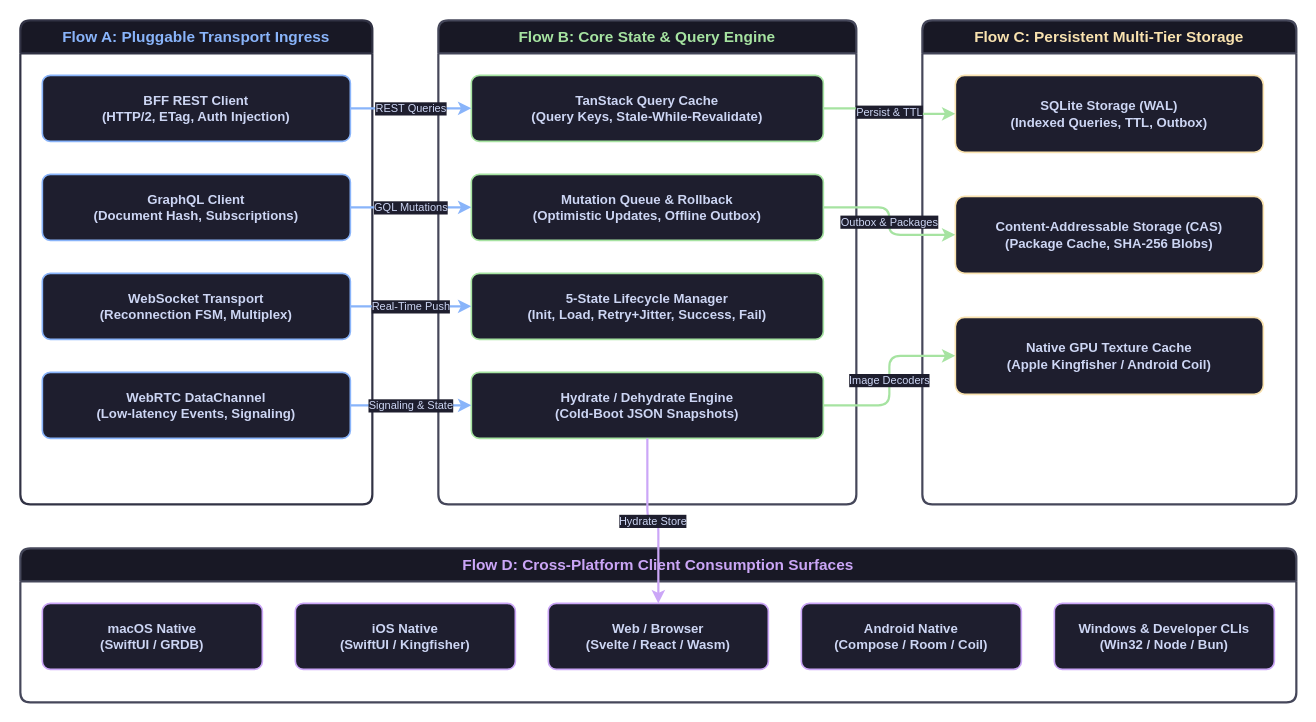
Earlier version of the draw.io diagram docs/superpowers/specs/diagrams/unified-state-architecture.drawio (montionugera/cli-state-handler). Source tidied: cells renumbered, new cells numbered last; positions are measured from the earlier drawing's top-left corner, leaving out a move shared by most shapes. Both pictures are drawn from the tidied source at 110%, with x=0, y=0 at pixel (20, 20).
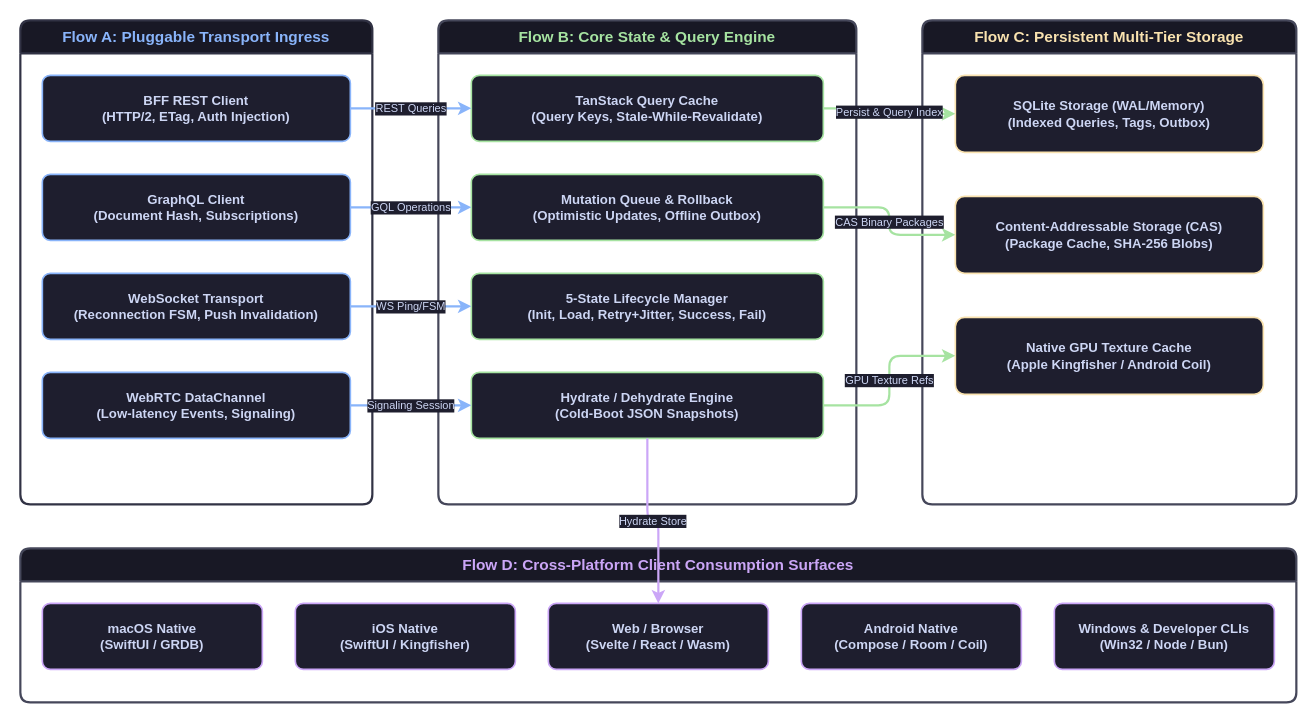
After the change.

The change refers to these unchanged cells:
```xml
<mxCell id="2" value="Flow A: Pluggable Transport Ingress" style="swimlane;whiteSpace=wrap;html=1;horizontal=1;startSize=30;rounded=1;arcSize=10;fillColor=#181825;strokeColor=#313244;strokeWidth=2;fontColor=#89b4fa;fontSize=14;fontStyle=1;" parent="1" vertex="1">
  <mxGeometry width="320" height="440" as="geometry" />
</mxCell>
<mxCell id="4" value="GraphQL Client&#10;(Document Hash, Subscriptions)" style="rounded=1;whiteSpace=wrap;html=1;arcSize=12;fillColor=#1e1e2e;strokeColor=#89b4fa;strokeWidth=1.5;fontColor=#cdd6f4;fontSize=12;fontStyle=1;align=center;verticalAlign=middle;" parent="2" vertex="1">
  <mxGeometry x="20" y="140" width="280" height="60" as="geometry" />
</mxCell>
<mxCell id="6" value="WebRTC DataChannel&#10;(Low-latency Events, Signaling)" style="rounded=1;whiteSpace=wrap;html=1;arcSize=12;fillColor=#1e1e2e;strokeColor=#89b4fa;strokeWidth=1.5;fontColor=#cdd6f4;fontSize=12;fontStyle=1;align=center;verticalAlign=middle;" parent="2" vertex="1">
  <mxGeometry x="20" y="320" width="280" height="60" as="geometry" />
</mxCell>
<mxCell id="8" value="TanStack Query Cache&#10;(Query Keys, Stale-While-Revalidate)" style="rounded=1;whiteSpace=wrap;html=1;arcSize=12;fillColor=#1e1e2e;strokeColor=#a6e3a1;strokeWidth=1.5;fontColor=#cdd6f4;fontSize=12;fontStyle=1;align=center;verticalAlign=middle;" parent="7" vertex="1">
  <mxGeometry x="30" y="50" width="320" height="60" as="geometry" />
</mxCell>
<mxCell id="9" value="Mutation Queue &amp; Rollback&#10;(Optimistic Updates, Offline Outbox)" style="rounded=1;whiteSpace=wrap;html=1;arcSize=12;fillColor=#1e1e2e;strokeColor=#a6e3a1;strokeWidth=1.5;fontColor=#cdd6f4;fontSize=12;fontStyle=1;align=center;verticalAlign=middle;" parent="7" vertex="1">
  <mxGeometry x="30" y="140" width="320" height="60" as="geometry" />
</mxCell>
<mxCell id="10" value="5-State Lifecycle Manager&#10;(Init, Load, Retry+Jitter, Success, Fail)" style="rounded=1;whiteSpace=wrap;html=1;arcSize=12;fillColor=#1e1e2e;strokeColor=#a6e3a1;strokeWidth=1.5;fontColor=#cdd6f4;fontSize=12;fontStyle=1;align=center;verticalAlign=middle;" parent="7" vertex="1">
  <mxGeometry x="30" y="230" width="320" height="60" as="geometry" />
</mxCell>
<mxCell id="11" value="Hydrate / Dehydrate Engine&#10;(Cold-Boot JSON Snapshots)" style="rounded=1;whiteSpace=wrap;html=1;arcSize=12;fillColor=#1e1e2e;strokeColor=#a6e3a1;strokeWidth=1.5;fontColor=#cdd6f4;fontSize=12;fontStyle=1;align=center;verticalAlign=middle;" parent="7" vertex="1">
  <mxGeometry x="30" y="320" width="320" height="60" as="geometry" />
</mxCell>
<mxCell id="12" value="Flow C: Persistent Multi-Tier Storage" style="swimlane;whiteSpace=wrap;html=1;horizontal=1;startSize=30;rounded=1;arcSize=10;fillColor=#181825;strokeColor=#45475a;strokeWidth=2;fontColor=#f9e2af;fontSize=14;fontStyle=1;" parent="1" vertex="1">
  <mxGeometry x="820" width="340" height="440" as="geometry" />
</mxCell>
<mxCell id="14" value="Content-Addressable Storage (CAS)&#10;(Package Cache, SHA-256 Blobs)" style="rounded=1;whiteSpace=wrap;html=1;arcSize=12;fillColor=#1e1e2e;strokeColor=#f9e2af;strokeWidth=1.5;fontColor=#cdd6f4;fontSize=12;fontStyle=1;align=center;verticalAlign=middle;" parent="12" vertex="1">
  <mxGeometry x="30" y="160" width="280" height="70" as="geometry" />
</mxCell>
<mxCell id="15" value="Native GPU Texture Cache&#10;(Apple Kingfisher / Android Coil)" style="rounded=1;whiteSpace=wrap;html=1;arcSize=12;fillColor=#1e1e2e;strokeColor=#f9e2af;strokeWidth=1.5;fontColor=#cdd6f4;fontSize=12;fontStyle=1;align=center;verticalAlign=middle;" parent="12" vertex="1">
  <mxGeometry x="30" y="270" width="280" height="70" as="geometry" />
</mxCell>
```

What changed in the source:
```diff
@@
-    <mxCell id="5" value="WebSocket Transport&#10;(Reconnection FSM, Multiplex)" style="rounded=1;whiteSpace=wrap;html=1;arcSize=12;fillColor=#1e1e2e;strokeColor=#89b4fa;strokeWidth=1.5;fontColor=#cdd6f4;fontSize=12;fontStyle=1;align=center;verticalAlign=middle;" parent="2" vertex="1">
+    <mxCell id="5" value="WebSocket Transport&#10;(Reconnection FSM, Push Invalidation)" style="rounded=1;whiteSpace=wrap;html=1;arcSize=12;fillColor=#1e1e2e;strokeColor=#89b4fa;strokeWidth=1.5;fontColor=#cdd6f4;fontSize=12;fontStyle=1;align=center;verticalAlign=middle;" parent="2" vertex="1">
       <mxGeometry x="20" y="230" width="280" height="60" as="geometry" />
     </mxCell>
@@
-    <mxCell id="13" value="SQLite Storage (WAL)&#10;(Indexed Queries, TTL, Outbox)" style="rounded=1;whiteSpace=wrap;html=1;arcSize=12;fillColor=#1e1e2e;strokeColor=#f9e2af;strokeWidth=1.5;fontColor=#cdd6f4;fontSize=12;fontStyle=1;align=center;verticalAlign=middle;" parent="12" vertex="1">
+    <mxCell id="13" value="SQLite Storage (WAL/Memory)&#10;(Indexed Queries, Tags, Outbox)" style="rounded=1;whiteSpace=wrap;html=1;arcSize=12;fillColor=#1e1e2e;strokeColor=#f9e2af;strokeWidth=1.5;fontColor=#cdd6f4;fontSize=12;fontStyle=1;align=center;verticalAlign=middle;" parent="12" vertex="1">
       <mxGeometry x="30" y="50" width="280" height="70" as="geometry" />
     </mxCell>
@@
-    <mxCell id="23" value="GQL Mutations" style="edgeStyle=orthogonalEdgeStyle;rounded=1;jettySize=auto;html=1;exitX=1.0;exitY=0.5;exitDx=0;exitDy=0;entryX=0.0;entryY=0.5;entryDx=0;entryDy=0;strokeColor=#89b4fa;strokeWidth=2;fontColor=#cdd6f4;fontSize=10;labelBackgroundColor=#1e1e2e;labelBorderColor=none;" parent="1" edge="1" source="4" target="9">
+    <mxCell id="23" value="GQL Operations" style="edgeStyle=orthogonalEdgeStyle;rounded=1;jettySize=auto;html=1;exitX=1.0;exitY=0.5;exitDx=0;exitDy=0;entryX=0.0;entryY=0.5;entryDx=0;entryDy=0;strokeColor=#89b4fa;strokeWidth=2;fontColor=#cdd6f4;fontSize=10;labelBackgroundColor=#1e1e2e;labelBorderColor=none;" parent="1" edge="1" source="4" target="9">
       <mxGeometry relative="1" as="geometry" />
     </mxCell>
-    <mxCell id="24" value="Real-Time Push" style="edgeStyle=orthogonalEdgeStyle;rounded=1;jettySize=auto;html=1;exitX=1.0;exitY=0.5;exitDx=0;exitDy=0;entryX=0.0;entryY=0.5;entryDx=0;entryDy=0;strokeColor=#89b4fa;strokeWidth=2;fontColor=#cdd6f4;fontSize=10;labelBackgroundColor=#1e1e2e;labelBorderColor=none;" parent="1" edge="1" source="5" target="10">
+    <mxCell id="24" value="WS Ping/FSM" style="edgeStyle=orthogonalEdgeStyle;rounded=1;jettySize=auto;html=1;exitX=1.0;exitY=0.5;exitDx=0;exitDy=0;entryX=0.0;entryY=0.5;entryDx=0;entryDy=0;strokeColor=#89b4fa;strokeWidth=2;fontColor=#cdd6f4;fontSize=10;labelBackgroundColor=#1e1e2e;labelBorderColor=none;" parent="1" edge="1" source="5" target="10">
       <mxGeometry relative="1" as="geometry" />
     </mxCell>
-    <mxCell id="25" value="Signaling &amp; State" style="edgeStyle=orthogonalEdgeStyle;rounded=1;jettySize=auto;html=1;exitX=1.0;exitY=0.5;exitDx=0;exitDy=0;entryX=0.0;entryY=0.5;entryDx=0;entryDy=0;strokeColor=#89b4fa;strokeWidth=2;fontColor=#cdd6f4;fontSize=10;labelBackgroundColor=#1e1e2e;labelBorderColor=none;" parent="1" edge="1" source="6" target="11">
+    <mxCell id="25" value="Signaling Session" style="edgeStyle=orthogonalEdgeStyle;rounded=1;jettySize=auto;html=1;exitX=1.0;exitY=0.5;exitDx=0;exitDy=0;entryX=0.0;entryY=0.5;entryDx=0;entryDy=0;strokeColor=#89b4fa;strokeWidth=2;fontColor=#cdd6f4;fontSize=10;labelBackgroundColor=#1e1e2e;labelBorderColor=none;" parent="1" edge="1" source="6" target="11">
       <mxGeometry relative="1" as="geometry" />
     </mxCell>
-    <mxCell id="26" value="Persist &amp; TTL" style="edgeStyle=orthogonalEdgeStyle;rounded=1;jettySize=auto;html=1;exitX=1.0;exitY=0.5;exitDx=0;exitDy=0;entryX=0.0;entryY=0.5;entryDx=0;entryDy=0;strokeColor=#a6e3a1;strokeWidth=2;fontColor=#cdd6f4;fontSize=10;labelBackgroundColor=#1e1e2e;labelBorderColor=none;" parent="1" edge="1" source="8" target="13">
+    <mxCell id="26" value="Persist &amp; Query Index" style="edgeStyle=orthogonalEdgeStyle;rounded=1;jettySize=auto;html=1;exitX=1.0;exitY=0.5;exitDx=0;exitDy=0;entryX=0.0;entryY=0.5;entryDx=0;entryDy=0;strokeColor=#a6e3a1;strokeWidth=2;fontColor=#cdd6f4;fontSize=10;labelBackgroundColor=#1e1e2e;labelBorderColor=none;" parent="1" edge="1" source="8" target="13">
       <mxGeometry relative="1" as="geometry" />
     </mxCell>
-    <mxCell id="27" value="Outbox &amp; Packages" style="edgeStyle=orthogonalEdgeStyle;rounded=1;jettySize=auto;html=1;exitX=1.0;exitY=0.5;exitDx=0;exitDy=0;entryX=0.0;entryY=0.5;entryDx=0;entryDy=0;strokeColor=#a6e3a1;strokeWidth=2;fontColor=#cdd6f4;fontSize=10;labelBackgroundColor=#1e1e2e;labelBorderColor=none;" parent="1" edge="1" source="9" target="14">
+    <mxCell id="27" value="CAS Binary Packages" style="edgeStyle=orthogonalEdgeStyle;rounded=1;jettySize=auto;html=1;exitX=1.0;exitY=0.5;exitDx=0;exitDy=0;entryX=0.0;entryY=0.5;entryDx=0;entryDy=0;strokeColor=#a6e3a1;strokeWidth=2;fontColor=#cdd6f4;fontSize=10;labelBackgroundColor=#1e1e2e;labelBorderColor=none;" parent="1" edge="1" source="9" target="14">
       <mxGeometry relative="1" as="geometry" />
     </mxCell>
-    <mxCell id="28" value="Image Decoders" style="edgeStyle=orthogonalEdgeStyle;rounded=1;jettySize=auto;html=1;exitX=1.0;exitY=0.5;exitDx=0;exitDy=0;entryX=0.0;entryY=0.5;entryDx=0;entryDy=0;strokeColor=#a6e3a1;strokeWidth=2;fontColor=#cdd6f4;fontSize=10;labelBackgroundColor=#1e1e2e;labelBorderColor=none;" parent="1" edge="1" source="11" target="15">
+    <mxCell id="28" value="GPU Texture Refs" style="edgeStyle=orthogonalEdgeStyle;rounded=1;jettySize=auto;html=1;exitX=1.0;exitY=0.5;exitDx=0;exitDy=0;entryX=0.0;entryY=0.5;entryDx=0;entryDy=0;strokeColor=#a6e3a1;strokeWidth=2;fontColor=#cdd6f4;fontSize=10;labelBackgroundColor=#1e1e2e;labelBorderColor=none;" parent="1" edge="1" source="11" target="15">
       <mxGeometry relative="1" as="geometry" />
     </mxCell>
```
